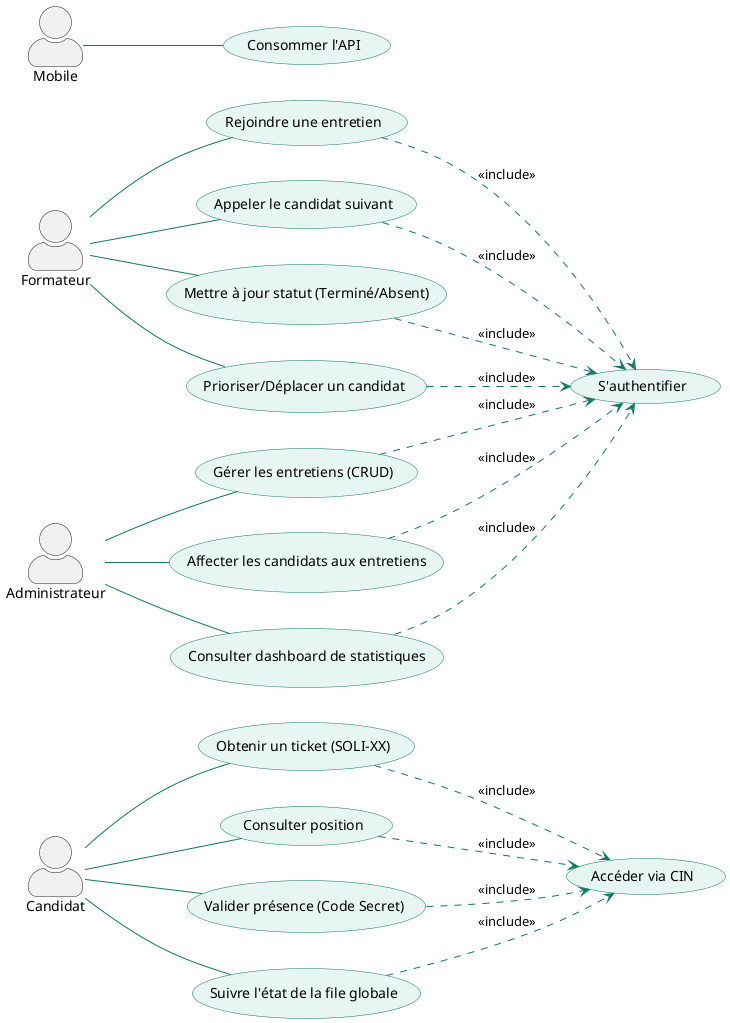
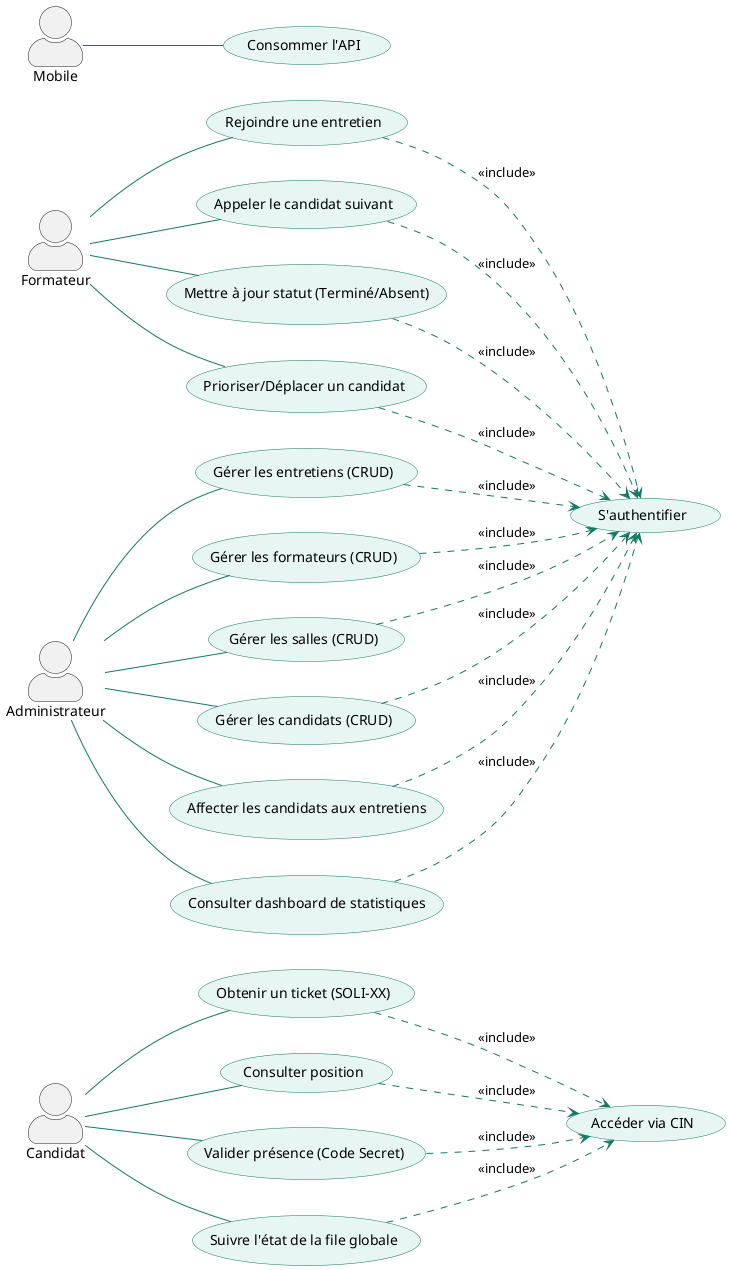
@startuml SoliQueue_Sprint1_MVP
left to right direction
skinparam actorStyle awesome

skinparam usecase {
    BackgroundColor #E8F6F3
    BorderColor #117864
    ArrowColor #117864
}

' Acteurs
actor "Candidat" as C
actor "Formateur" as F
actor "Administrateur" as Admin
actor "Mobile" as Mob


' =========================
' Candidat
' =========================

usecase "Obtenir un ticket (SOLI-XX)" as UC1
usecase "Consulter position" as UC2
usecase "Valider présence (Code Secret)" as UC3
usecase "Suivre l'état de la file globale" as UC4

C -- UC1
C -- UC2
C -- UC3
C -- UC4


' =========================
' Formateur
' =========================

usecase "Rejoindre une entretien" as UC7
usecase "Appeler le candidat suivant" as UC8
usecase "Mettre à jour statut (Terminé/Absent)" as UC9
usecase "Prioriser/Déplacer un candidat" as UC10

F -- UC7
F -- UC8
F -- UC9
F -- UC10



' =========================
' Administrateur
' =========================

usecase "Gérer les entretiens (CRUD)" as UC11
+ usecase "Gérer les formateurs (CRUD)" as UC14
+ usecase "Gérer les salles (CRUD)" as UC15
+ usecase "Gérer les candidats (CRUD)" as UC16
usecase "Affecter les candidats aux entretiens" as UC12
usecase "Consulter dashboard de statistiques" as UC13

Admin -- UC11
Admin -- UC12
Admin -- UC13
+ Admin -- UC14
+ Admin -- UC15
+ Admin -- UC16


' =========================
' Mobile
' =========================

usecase "Consommer l'API" as API

Mob -- API


' =========================
' Authentification
' =========================

usecase "S'authentifier" as Auth
usecase "Accéder via CIN" as Auth2

UC1 ..> Auth2 : <<include>>
UC2 ..> Auth2 : <<include>>
UC3 ..> Auth2 : <<include>>
UC4 ..> Auth2 : <<include>>

UC7 ..> Auth : <<include>>
UC8 ..> Auth : <<include>>
UC9 ..> Auth : <<include>>
UC10 ..> Auth : <<include>>
UC11 ..> Auth : <<include>>
UC12 ..> Auth : <<include>>
UC13 ..> Auth : <<include>>
+ UC14 ..> Auth : <<include>>
+ UC15 ..> Auth : <<include>>
+ UC16 ..> Auth : <<include>>

@enduml